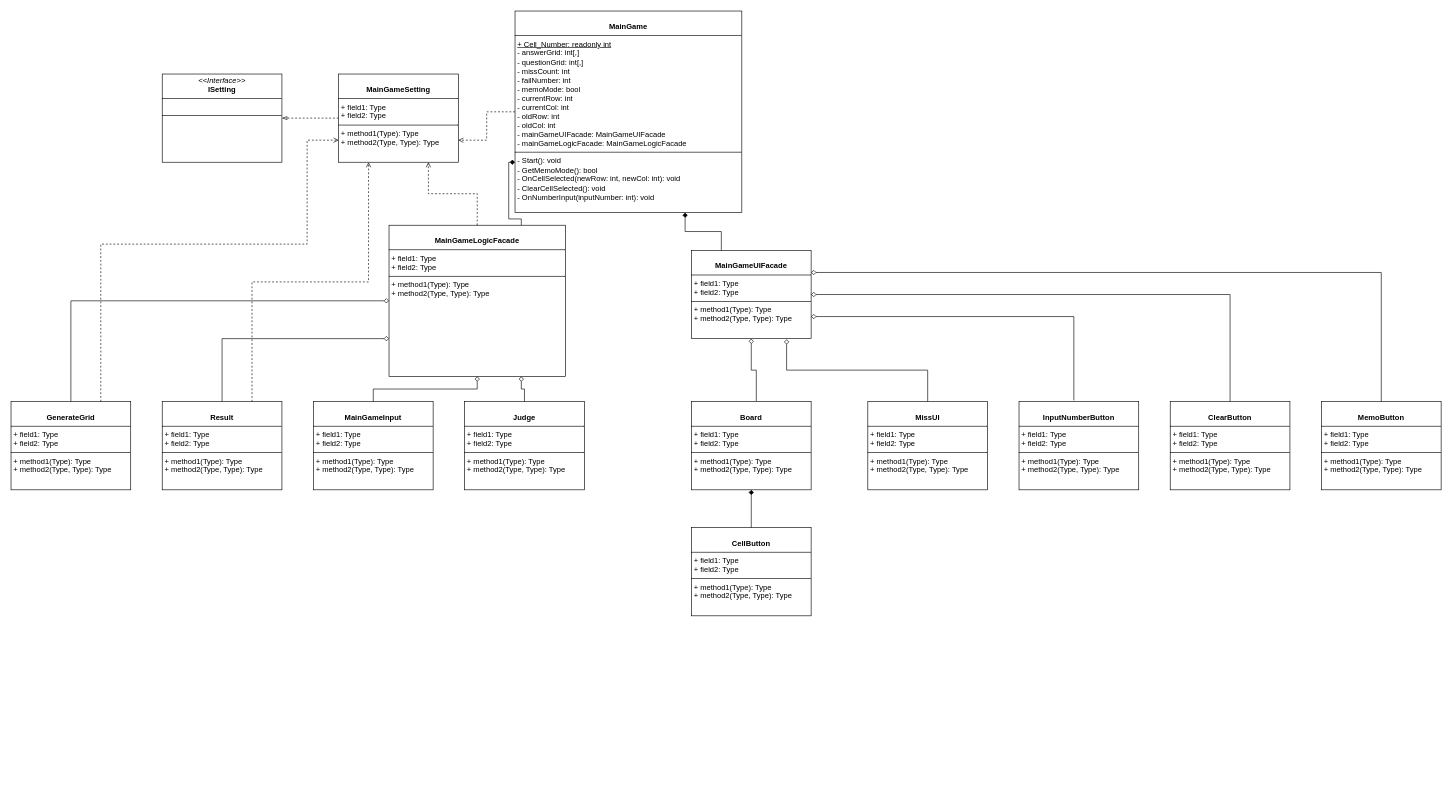
atenai/Sudoku keeps this draw.io diagram as Assets/UML/sudoku.drawio. Above is the earlier version. Source tidied: cells renumbered, new cells numbered last; positions are measured from the earlier drawing's top-left corner, leaving out a move shared by most shapes. Both pictures are drawn from the tidied source at 63%, with x=0, y=0 at pixel (11, 11).
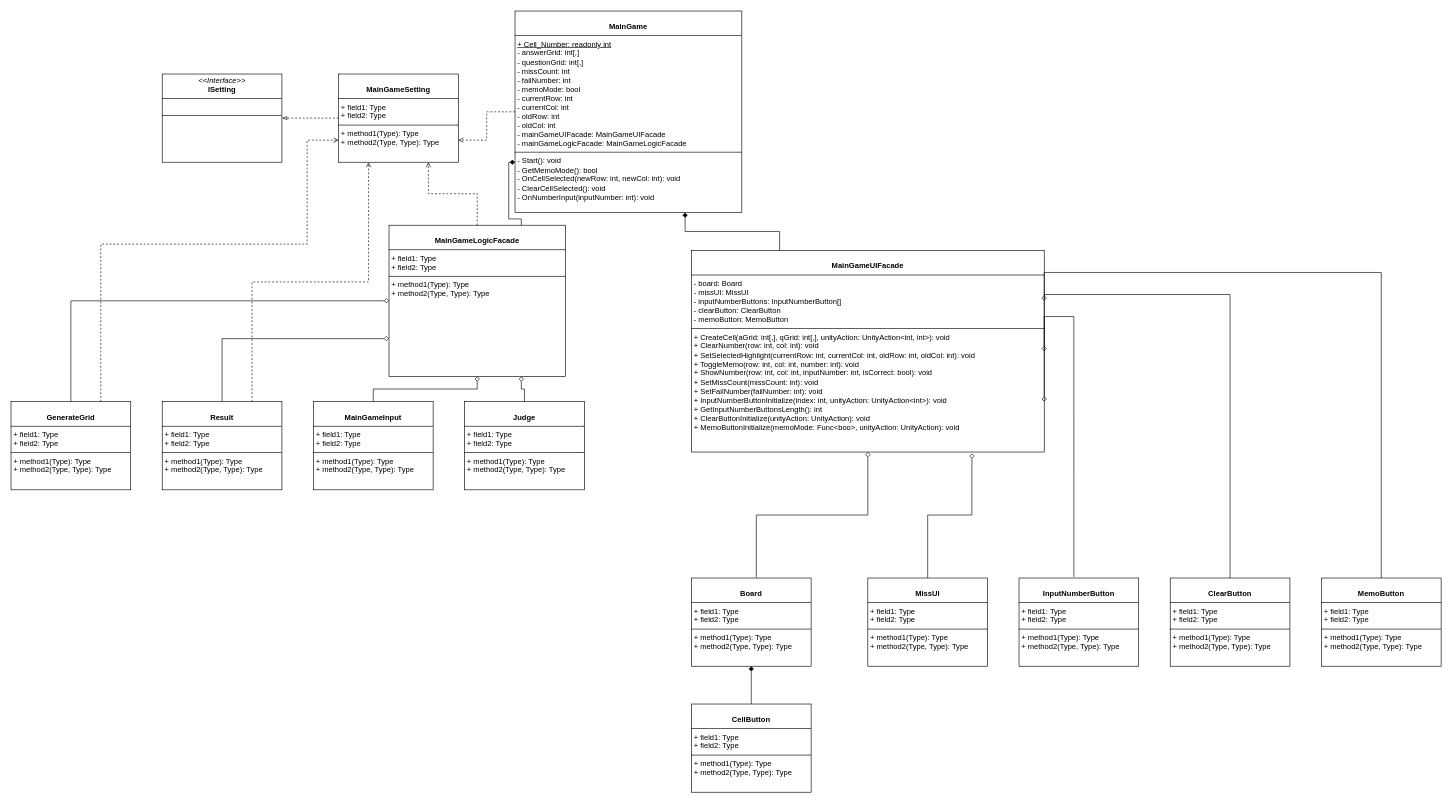
After the change.

Commit message:
クラス図を修正

What changed in the source:
```diff
@@
-    <mxCell id="3" value="&lt;p style=&quot;margin:0px;margin-top:4px;text-align:center;&quot;&gt;&lt;br&gt;&lt;b&gt;MainGameUIFacade&lt;/b&gt;&lt;/p&gt;&lt;hr size=&quot;1&quot; style=&quot;border-style:solid;&quot;&gt;&lt;p style=&quot;margin:0px;margin-left:4px;&quot;&gt;+ field1: Type&lt;br&gt;+ field2: Type&lt;/p&gt;&lt;hr size=&quot;1&quot; style=&quot;border-style:solid;&quot;&gt;&lt;p style=&quot;margin:0px;margin-left:4px;&quot;&gt;+ method1(Type): Type&lt;br&gt;+ method2(Type, Type): Type&lt;/p&gt;" style="verticalAlign=top;align=left;overflow=fill;html=1;whiteSpace=wrap;" parent="1" vertex="1">
-      <mxGeometry x="1080" y="380" width="190" height="140" as="geometry" />
+    <mxCell id="3" value="&lt;p style=&quot;margin:0px;margin-top:4px;text-align:center;&quot;&gt;&lt;br&gt;&lt;b&gt;MainGameUIFacade&lt;/b&gt;&lt;/p&gt;&lt;hr size=&quot;1&quot; style=&quot;border-style:solid;&quot;&gt;&lt;p style=&quot;margin:0px;margin-left:4px;&quot;&gt;- board: Board&lt;br&gt;- missUI: MissUI&lt;/p&gt;&lt;p style=&quot;margin:0px;margin-left:4px;&quot;&gt;- inputNumberButtons: InputNumberButton[]&lt;/p&gt;&lt;p style=&quot;margin:0px;margin-left:4px;&quot;&gt;- clearButton: ClearButton&lt;/p&gt;&lt;p style=&quot;margin:0px;margin-left:4px;&quot;&gt;- memoButton: MemoButton&lt;/p&gt;&lt;hr size=&quot;1&quot; style=&quot;border-style:solid;&quot;&gt;&lt;p style=&quot;margin:0px;margin-left:4px;&quot;&gt;+ CreateCell(aGrid: int[,], qGrid: int[,], unityAction: UnityAction&amp;lt;int, int&amp;gt;): void&lt;br&gt;+ ClearNumber(row: int, col: int): void&lt;/p&gt;&lt;p style=&quot;margin:0px;margin-left:4px;&quot;&gt;+ SetSelectedHighlight(currentRow: int, currentCol: int, oldRow: int, oldCol: int): void&lt;/p&gt;&lt;p style=&quot;margin:0px;margin-left:4px;&quot;&gt;+ ToggleMemo(row: int, col: int, number: int): void&lt;/p&gt;&lt;p style=&quot;margin:0px;margin-left:4px;&quot;&gt;+ ShowNumber(row: int, col: int, inputNumber: int, isCorrect: bool): void&lt;/p&gt;&lt;p style=&quot;margin:0px;margin-left:4px;&quot;&gt;+ SetMissCount(missCount: int): void&lt;/p&gt;&lt;p style=&quot;margin:0px;margin-left:4px;&quot;&gt;+ SetFailNumber(failNumber: int): void&lt;/p&gt;&lt;p style=&quot;margin:0px;margin-left:4px;&quot;&gt;+ InputNumberButtonInitialize(index: int, unityAction: UnityAction&amp;lt;int&amp;gt;): void&lt;/p&gt;&lt;p style=&quot;margin:0px;margin-left:4px;&quot;&gt;+ GetInputNumberButtonsLength(): int&lt;/p&gt;&lt;p style=&quot;margin:0px;margin-left:4px;&quot;&gt;+ ClearButtonInitialize(unityAction: UnityAction): void&lt;/p&gt;&lt;p style=&quot;margin:0px;margin-left:4px;&quot;&gt;+ MemoButtonInitialize(memoMode: Func&amp;lt;boo&amp;gt;, unityAction: UnityAction): void&lt;/p&gt;" style="verticalAlign=top;align=left;overflow=fill;html=1;whiteSpace=wrap;" parent="1" vertex="1">
+      <mxGeometry x="1080" y="380" width="560" height="320" as="geometry" />
     </mxCell>
@@
     <mxCell id="11" value="&lt;p style=&quot;margin:0px;margin-top:4px;text-align:center;&quot;&gt;&lt;br&gt;&lt;b&gt;Board&lt;/b&gt;&lt;/p&gt;&lt;hr size=&quot;1&quot; style=&quot;border-style:solid;&quot;&gt;&lt;p style=&quot;margin:0px;margin-left:4px;&quot;&gt;+ field1: Type&lt;br&gt;+ field2: Type&lt;/p&gt;&lt;hr size=&quot;1&quot; style=&quot;border-style:solid;&quot;&gt;&lt;p style=&quot;margin:0px;margin-left:4px;&quot;&gt;+ method1(Type): Type&lt;br&gt;+ method2(Type, Type): Type&lt;/p&gt;" style="verticalAlign=top;align=left;overflow=fill;html=1;whiteSpace=wrap;" parent="1" vertex="1">
-      <mxGeometry x="1080" y="620" width="190" height="140" as="geometry" />
+      <mxGeometry x="1080" y="900" width="190" height="140" as="geometry" />
     </mxCell>
@@
     <mxCell id="13" value="&lt;p style=&quot;margin:0px;margin-top:4px;text-align:center;&quot;&gt;&lt;br&gt;&lt;b&gt;CellButton&lt;/b&gt;&lt;/p&gt;&lt;hr size=&quot;1&quot; style=&quot;border-style:solid;&quot;&gt;&lt;p style=&quot;margin:0px;margin-left:4px;&quot;&gt;+ field1: Type&lt;br&gt;+ field2: Type&lt;/p&gt;&lt;hr size=&quot;1&quot; style=&quot;border-style:solid;&quot;&gt;&lt;p style=&quot;margin:0px;margin-left:4px;&quot;&gt;+ method1(Type): Type&lt;br&gt;+ method2(Type, Type): Type&lt;/p&gt;" style="verticalAlign=top;align=left;overflow=fill;html=1;whiteSpace=wrap;" parent="1" vertex="1">
-      <mxGeometry x="1080" y="820" width="190" height="140" as="geometry" />
+      <mxGeometry x="1080" y="1100" width="190" height="140" as="geometry" />
     </mxCell>
@@
     <mxCell id="15" value="&lt;p style=&quot;margin:0px;margin-top:4px;text-align:center;&quot;&gt;&lt;br&gt;&lt;b&gt;MissUI&lt;/b&gt;&lt;/p&gt;&lt;hr size=&quot;1&quot; style=&quot;border-style:solid;&quot;&gt;&lt;p style=&quot;margin:0px;margin-left:4px;&quot;&gt;+ field1: Type&lt;br&gt;+ field2: Type&lt;/p&gt;&lt;hr size=&quot;1&quot; style=&quot;border-style:solid;&quot;&gt;&lt;p style=&quot;margin:0px;margin-left:4px;&quot;&gt;+ method1(Type): Type&lt;br&gt;+ method2(Type, Type): Type&lt;/p&gt;" style="verticalAlign=top;align=left;overflow=fill;html=1;whiteSpace=wrap;" parent="1" vertex="1">
-      <mxGeometry x="1360" y="620" width="190" height="140" as="geometry" />
+      <mxGeometry x="1360" y="900" width="190" height="140" as="geometry" />
     </mxCell>
@@
     <mxCell id="17" value="&lt;p style=&quot;margin:0px;margin-top:4px;text-align:center;&quot;&gt;&lt;br&gt;&lt;b&gt;InputNumberButton&lt;/b&gt;&lt;/p&gt;&lt;hr size=&quot;1&quot; style=&quot;border-style:solid;&quot;&gt;&lt;p style=&quot;margin:0px;margin-left:4px;&quot;&gt;+ field1: Type&lt;br&gt;+ field2: Type&lt;/p&gt;&lt;hr size=&quot;1&quot; style=&quot;border-style:solid;&quot;&gt;&lt;p style=&quot;margin:0px;margin-left:4px;&quot;&gt;+ method1(Type): Type&lt;br&gt;+ method2(Type, Type): Type&lt;/p&gt;" style="verticalAlign=top;align=left;overflow=fill;html=1;whiteSpace=wrap;" parent="1" vertex="1">
-      <mxGeometry x="1600" y="620" width="190" height="140" as="geometry" />
+      <mxGeometry x="1600" y="900" width="190" height="140" as="geometry" />
     </mxCell>
@@
     <mxCell id="19" value="&lt;p style=&quot;margin:0px;margin-top:4px;text-align:center;&quot;&gt;&lt;br&gt;&lt;b&gt;ClearButton&lt;/b&gt;&lt;/p&gt;&lt;hr size=&quot;1&quot; style=&quot;border-style:solid;&quot;&gt;&lt;p style=&quot;margin:0px;margin-left:4px;&quot;&gt;+ field1: Type&lt;br&gt;+ field2: Type&lt;/p&gt;&lt;hr size=&quot;1&quot; style=&quot;border-style:solid;&quot;&gt;&lt;p style=&quot;margin:0px;margin-left:4px;&quot;&gt;+ method1(Type): Type&lt;br&gt;+ method2(Type, Type): Type&lt;/p&gt;" style="verticalAlign=top;align=left;overflow=fill;html=1;whiteSpace=wrap;" parent="1" vertex="1">
-      <mxGeometry x="1840" y="620" width="190" height="140" as="geometry" />
+      <mxGeometry x="1840" y="900" width="190" height="140" as="geometry" />
     </mxCell>
@@
     <mxCell id="21" value="&lt;p style=&quot;margin:0px;margin-top:4px;text-align:center;&quot;&gt;&lt;br&gt;&lt;b&gt;MemoButton&lt;/b&gt;&lt;/p&gt;&lt;hr size=&quot;1&quot; style=&quot;border-style:solid;&quot;&gt;&lt;p style=&quot;margin:0px;margin-left:4px;&quot;&gt;+ field1: Type&lt;br&gt;+ field2: Type&lt;/p&gt;&lt;hr size=&quot;1&quot; style=&quot;border-style:solid;&quot;&gt;&lt;p style=&quot;margin:0px;margin-left:4px;&quot;&gt;+ method1(Type): Type&lt;br&gt;+ method2(Type, Type): Type&lt;/p&gt;" style="verticalAlign=top;align=left;overflow=fill;html=1;whiteSpace=wrap;" parent="1" vertex="1">
-      <mxGeometry x="2080" y="620" width="190" height="140" as="geometry" />
+      <mxGeometry x="2080" y="900" width="190" height="140" as="geometry" />
     </mxCell>
```
